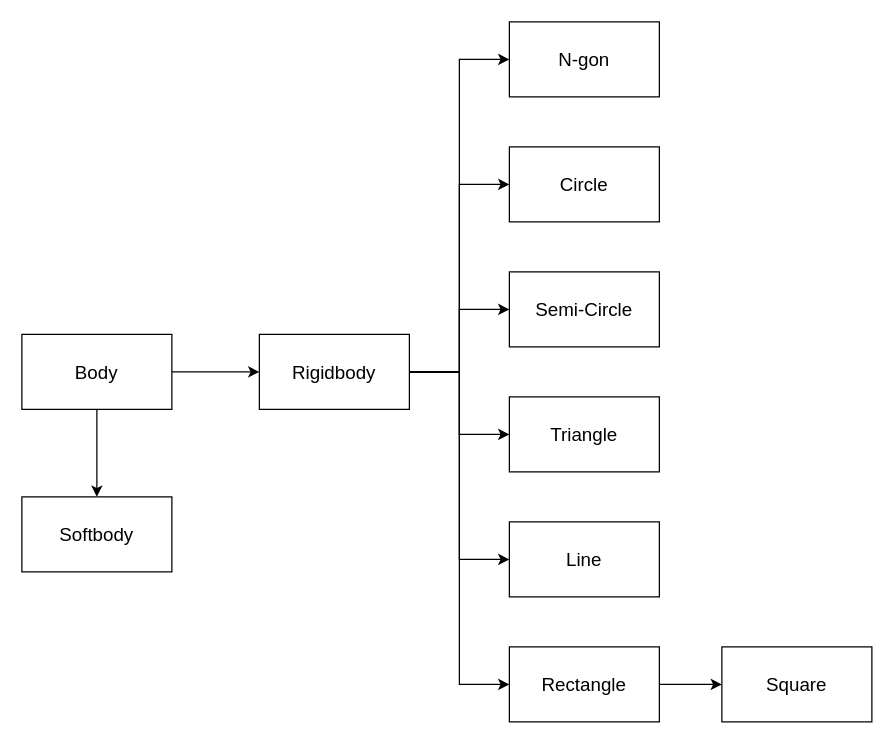
Above: Documentation/Design/ClassDiagram.drawio in O-Fitz/ALevelProject (draw.io), before the change. Source tidied: cells renumbered, new cells numbered last; positions are measured from the earlier drawing's top-left corner, leaving out a move shared by most shapes. Both pictures are drawn from the tidied source at 125%, with x=0, y=0 at pixel (21, 21).
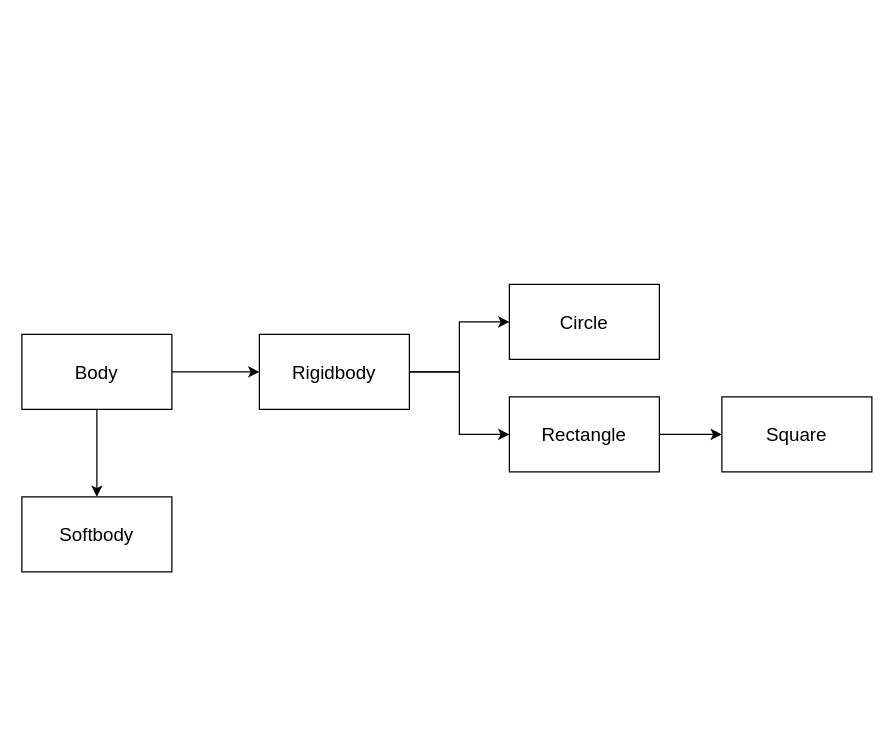
After the change.

Unchanged cells that the change refers to:
```xml
<mxCell id="11" value="Rigidbody" style="rounded=0;whiteSpace=wrap;html=1;fontSize=15;" parent="1" vertex="1">
  <mxGeometry x="190" y="250" width="120" height="60" as="geometry" />
</mxCell>
```

What changed in the source:
```diff
@@
-    <mxCell id="5" style="edgeStyle=orthogonalEdgeStyle;rounded=0;jettySize=auto;html=1;entryX=0;entryY=0.5;entryDx=0;entryDy=0;" parent="1" edge="1" source="11" target="16">
-      <mxGeometry relative="1" as="geometry" />
-    </mxCell>
@@
-    <mxCell id="7" style="edgeStyle=orthogonalEdgeStyle;rounded=0;jettySize=auto;html=1;entryX=0;entryY=0.5;entryDx=0;entryDy=0;" parent="1" edge="1" source="11" target="18">
-      <mxGeometry relative="1" as="geometry" />
-    </mxCell>
-    <mxCell id="8" style="edgeStyle=orthogonalEdgeStyle;rounded=0;jettySize=auto;html=1;entryX=0;entryY=0.5;entryDx=0;entryDy=0;" parent="1" edge="1" source="11" target="19">
-      <mxGeometry relative="1" as="geometry" />
-    </mxCell>
-    <mxCell id="9" style="edgeStyle=orthogonalEdgeStyle;rounded=0;jettySize=auto;html=1;entryX=0;entryY=0.5;entryDx=0;entryDy=0;" parent="1" edge="1" source="11" target="20">
-      <mxGeometry relative="1" as="geometry" />
-    </mxCell>
@@
     <mxCell id="12" value="Circle" style="rounded=0;whiteSpace=wrap;html=1;fontSize=15;" parent="1" vertex="1">
-      <mxGeometry x="390" y="100" width="120" height="60" as="geometry" />
+      <mxGeometry x="390" y="210" width="120" height="60" as="geometry" />
     </mxCell>
@@
     <mxCell id="14" value="Rectangle" style="rounded=0;whiteSpace=wrap;html=1;fontSize=15;" parent="1" vertex="1">
-      <mxGeometry x="390" y="500" width="120" height="60" as="geometry" />
+      <mxGeometry x="390" y="300" width="120" height="60" as="geometry" />
     </mxCell>
     <mxCell id="15" value="Square" style="rounded=0;whiteSpace=wrap;html=1;fontSize=15;" parent="1" vertex="1">
-      <mxGeometry x="560" y="500" width="120" height="60" as="geometry" />
+      <mxGeometry x="560" y="300" width="120" height="60" as="geometry" />
     </mxCell>
-    <mxCell id="16" value="N-gon" style="rounded=0;whiteSpace=wrap;html=1;fontSize=15;" parent="1" vertex="1">
-      <mxGeometry x="390" width="120" height="60" as="geometry" />
-    </mxCell>
@@
-    <mxCell id="18" value="Semi-Circle" style="rounded=0;whiteSpace=wrap;html=1;fontSize=15;" parent="1" vertex="1">
-      <mxGeometry x="390" y="200" width="120" height="60" as="geometry" />
-    </mxCell>
-    <mxCell id="19" value="Triangle" style="rounded=0;whiteSpace=wrap;html=1;fontSize=15;" parent="1" vertex="1">
-      <mxGeometry x="390" y="300" width="120" height="60" as="geometry" />
-    </mxCell>
-    <mxCell id="20" value="Line" style="rounded=0;whiteSpace=wrap;html=1;fontSize=15;" parent="1" vertex="1">
-      <mxGeometry x="390" y="400" width="120" height="60" as="geometry" />
-    </mxCell>
```
